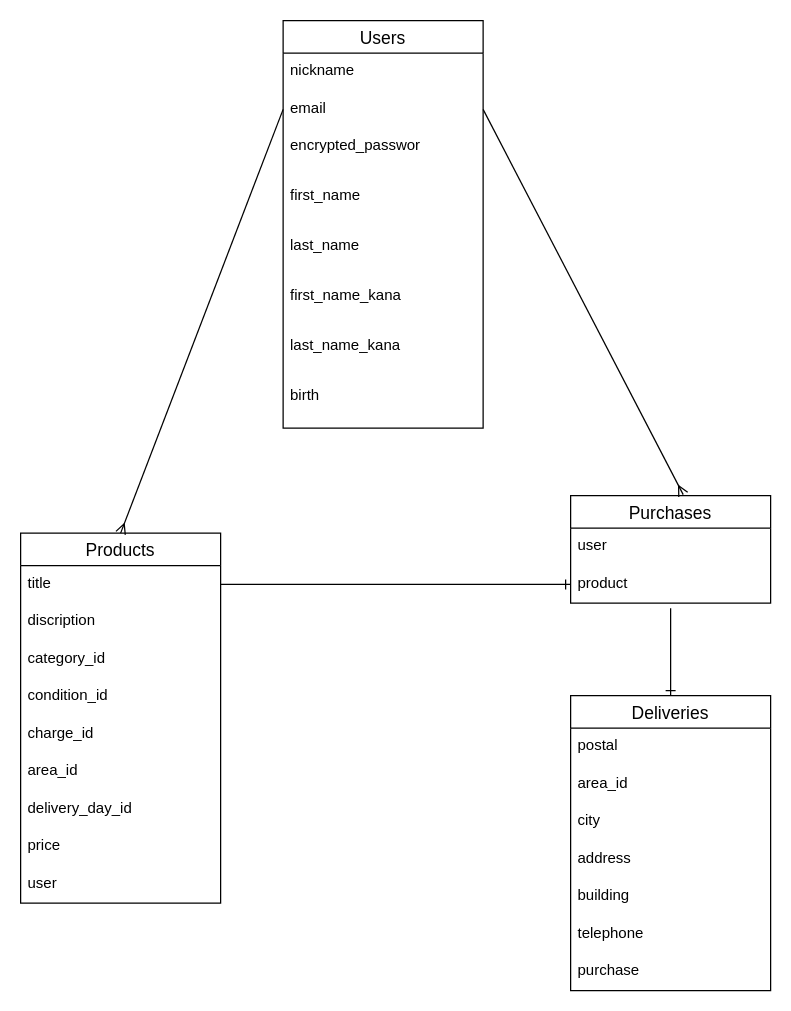
Above: er.dio in TashiNao/furima-37763 (draw.io), before the change. Source tidied: cells renumbered, new cells numbered last; positions are measured from the earlier drawing's top-left corner, leaving out a move shared by most shapes. Both pictures are drawn from the tidied source at 125%, with x=0, y=0 at pixel (20, 20).
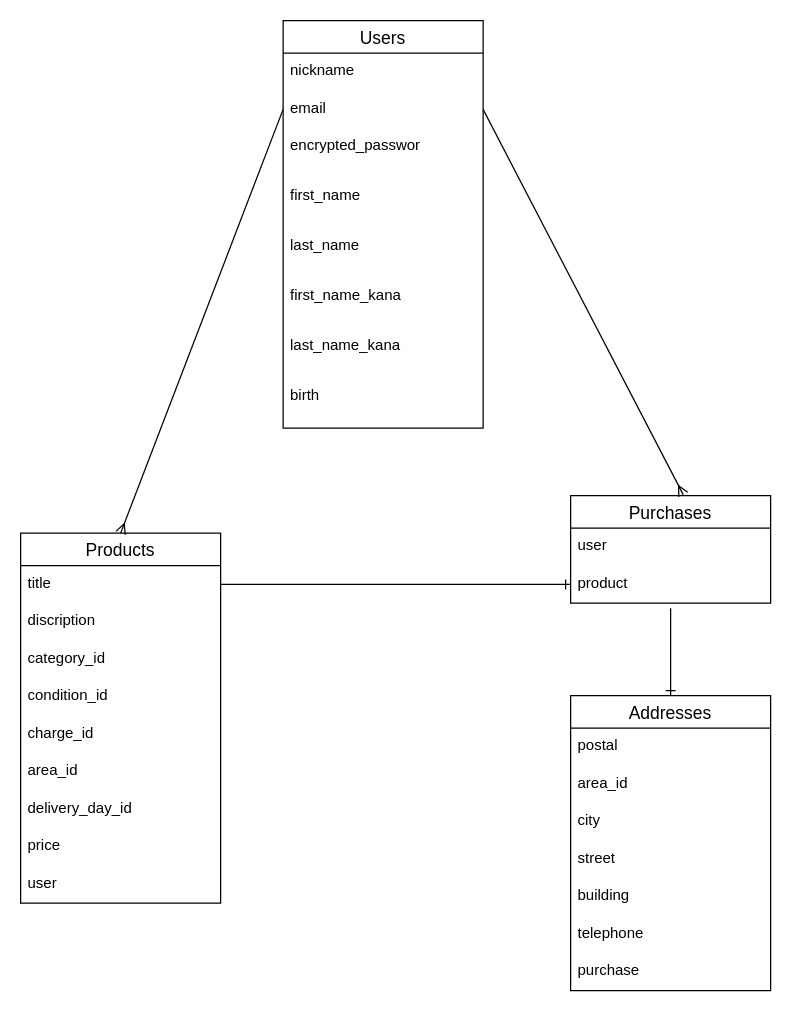
Above is the later version.

What changed in the source:
```diff
@@
-    <mxCell id="24" value="Deliveries" style="swimlane;fontStyle=0;horizontal=1;startSize=26;align=center;fontSize=14;" parent="1" vertex="1">
+    <mxCell id="24" value="Addresses" style="swimlane;fontStyle=0;horizontal=1;startSize=26;align=center;fontSize=14;" parent="1" vertex="1">
       <mxGeometry x="440" y="540" width="160" height="236" as="geometry" />
     </mxCell>
@@
-    <mxCell id="28" value="address" style="text;strokeColor=none;fillColor=none;spacingLeft=4;spacingRight=4;overflow=hidden;fontSize=12;" parent="24" vertex="1">
+    <mxCell id="28" value="street" style="text;strokeColor=none;fillColor=none;spacingLeft=4;spacingRight=4;overflow=hidden;fontSize=12;" parent="24" vertex="1">
       <mxGeometry y="116" width="160" height="30" as="geometry" />
     </mxCell>
```
